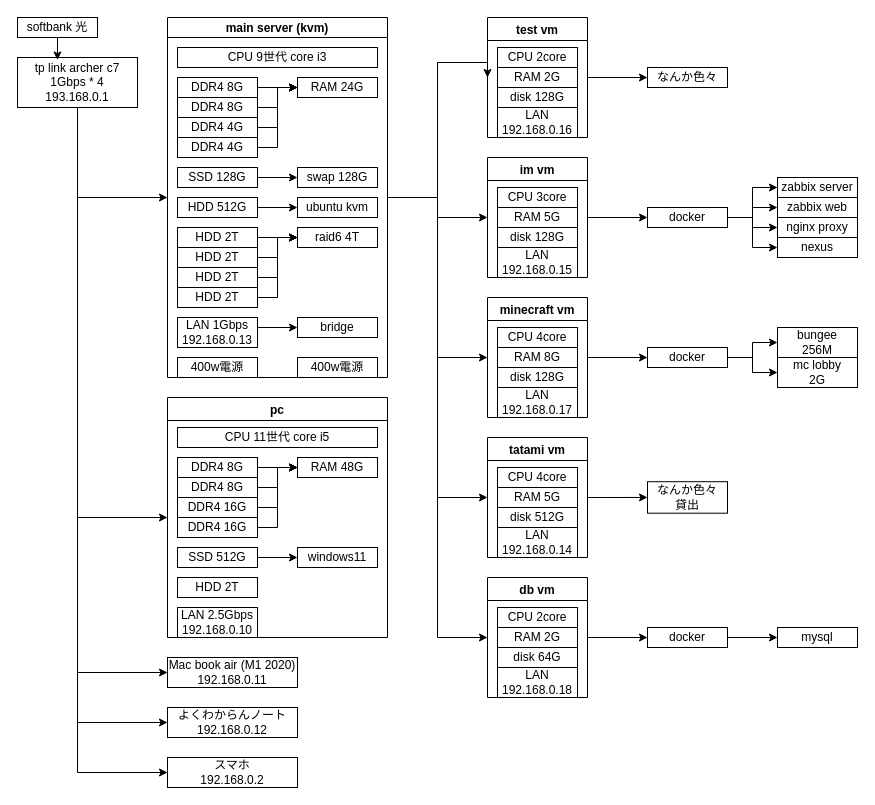
This is config.dio from kigawa01/kigawa01, a draw.io file, before an edit. Source tidied: cells renumbered, new cells numbered last; positions are measured from the earlier drawing's top-left corner, leaving out a move shared by most shapes. Both pictures are drawn from the tidied source at 100%, with x=0, y=0 at pixel (17, 17).
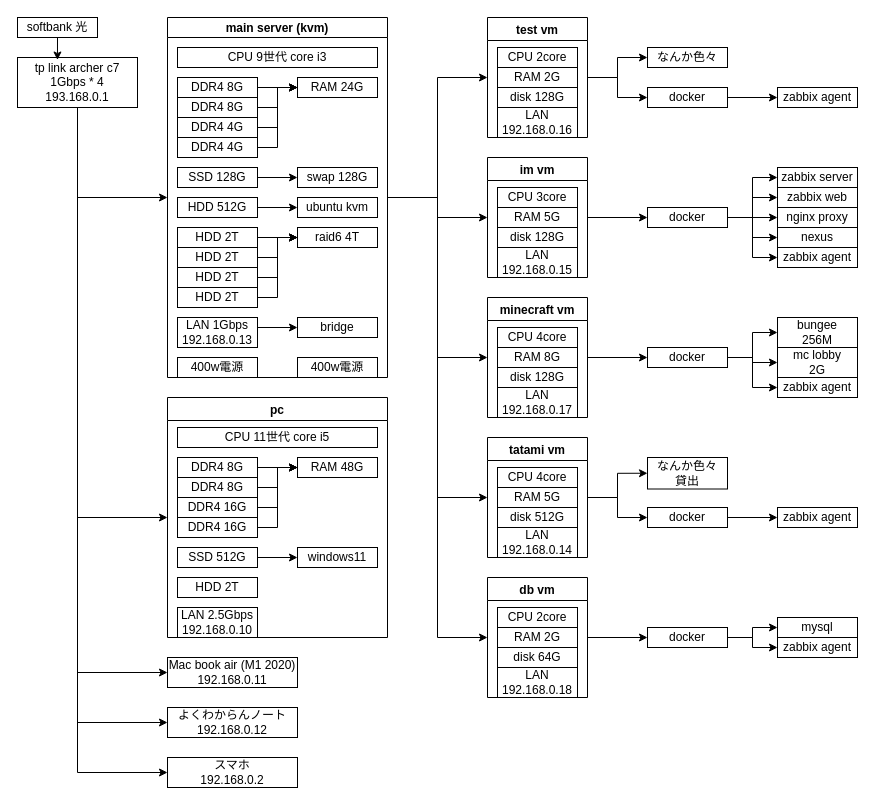
The same page after the edit.

The change refers to these unchanged cells:
```xml
<mxCell id="7" value="main server (kvm)" style="swimlane;startSize=20;" parent="1" vertex="1">
  <mxGeometry x="150" width="220" height="360" as="geometry" />
</mxCell>
<mxCell id="63" value="test vm" style="swimlane;" parent="1" vertex="1">
  <mxGeometry x="470" width="100" height="120" as="geometry" />
</mxCell>
<mxCell id="81" value="tatami vm" style="swimlane;startSize=23;" parent="1" vertex="1">
  <mxGeometry x="470" y="420" width="100" height="120" as="geometry" />
</mxCell>
<mxCell id="102" value="docker" style="rounded=0;whiteSpace=wrap;html=1;" parent="1" vertex="1">
  <mxGeometry x="630" y="190" width="80" height="20" as="geometry" />
</mxCell>
<mxCell id="105" value="docker" style="rounded=0;whiteSpace=wrap;html=1;" parent="1" vertex="1">
  <mxGeometry x="630" y="330" width="80" height="20" as="geometry" />
</mxCell>
<mxCell id="109" value="docker" style="rounded=0;whiteSpace=wrap;html=1;" parent="1" vertex="1">
  <mxGeometry x="630" y="610" width="80" height="20" as="geometry" />
</mxCell>
```

Diff of the diagram source:
```diff
@@
     <mxCell id="2" style="edgeStyle=orthogonalEdgeStyle;rounded=0;html=1;exitX=1;exitY=0.5;exitDx=0;exitDy=0;entryX=0;entryY=0.5;entryDx=0;entryDy=0;" parent="1" edge="1" source="7" target="63">
       <mxGeometry relative="1" as="geometry">
         <Array as="points">
           <mxPoint x="420" y="180" />
-          <mxPoint x="420" y="45" />
+          <mxPoint x="420" y="60" />
         </Array>
       </mxGeometry>
     </mxCell>
@@
+    <mxCell id="114" style="edgeStyle=orthogonalEdgeStyle;rounded=0;html=1;exitX=1;exitY=0.5;exitDx=0;exitDy=0;entryX=0;entryY=0.5;entryDx=0;entryDy=0;" parent="1" edge="1" source="63" target="121">
+      <mxGeometry relative="1" as="geometry" />
+    </mxCell>
@@
+    <mxCell id="115" style="edgeStyle=orthogonalEdgeStyle;rounded=0;html=1;exitX=1;exitY=0.5;exitDx=0;exitDy=0;entryX=0;entryY=0.5;entryDx=0;entryDy=0;" parent="1" edge="1" source="81" target="127">
+      <mxGeometry relative="1" as="geometry" />
+    </mxCell>
@@
     <mxCell id="92" value="なんか色々" style="rounded=0;whiteSpace=wrap;html=1;" parent="1" vertex="1">
-      <mxGeometry x="630" y="50" width="80" height="20" as="geometry" />
+      <mxGeometry x="630" y="30" width="80" height="20" as="geometry" />
     </mxCell>
     <mxCell id="93" value="zabbix server" style="rounded=0;whiteSpace=wrap;html=1;" parent="1" vertex="1">
-      <mxGeometry x="760" y="160" width="80" height="20" as="geometry" />
+      <mxGeometry x="760" y="150" width="80" height="20" as="geometry" />
     </mxCell>
     <mxCell id="94" value="zabbix web" style="rounded=0;whiteSpace=wrap;html=1;" parent="1" vertex="1">
-      <mxGeometry x="760" y="180" width="80" height="20" as="geometry" />
+      <mxGeometry x="760" y="170" width="80" height="20" as="geometry" />
     </mxCell>
     <mxCell id="95" value="nginx proxy" style="rounded=0;whiteSpace=wrap;html=1;" parent="1" vertex="1">
-      <mxGeometry x="760" y="200" width="80" height="20" as="geometry" />
+      <mxGeometry x="760" y="190" width="80" height="20" as="geometry" />
     </mxCell>
     <mxCell id="96" value="nexus" style="rounded=0;whiteSpace=wrap;html=1;" parent="1" vertex="1">
-      <mxGeometry x="760" y="220" width="80" height="20" as="geometry" />
+      <mxGeometry x="760" y="210" width="80" height="20" as="geometry" />
     </mxCell>
     <mxCell id="97" value="bungee&lt;br&gt;256M" style="rounded=0;whiteSpace=wrap;html=1;" parent="1" vertex="1">
-      <mxGeometry x="760" y="310" width="80" height="30" as="geometry" />
+      <mxGeometry x="760" y="300" width="80" height="30" as="geometry" />
     </mxCell>
@@
+    <mxCell id="116" style="edgeStyle=orthogonalEdgeStyle;rounded=0;html=1;exitX=1;exitY=0.5;exitDx=0;exitDy=0;entryX=0;entryY=0.5;entryDx=0;entryDy=0;" parent="1" edge="1" source="102" target="122">
+      <mxGeometry relative="1" as="geometry" />
+    </mxCell>
@@
+    <mxCell id="117" style="edgeStyle=orthogonalEdgeStyle;rounded=0;html=1;exitX=1;exitY=0.5;exitDx=0;exitDy=0;entryX=0;entryY=0.5;entryDx=0;entryDy=0;" parent="1" edge="1" source="105" target="123">
+      <mxGeometry relative="1" as="geometry" />
+    </mxCell>
@@
     <mxCell id="106" value="mc lobby&lt;br&gt;2G" style="rounded=0;whiteSpace=wrap;html=1;" parent="1" vertex="1">
-      <mxGeometry x="760" y="340" width="80" height="30" as="geometry" />
+      <mxGeometry x="760" y="330" width="80" height="30" as="geometry" />
     </mxCell>
     <mxCell id="107" value="なんか色々&lt;br&gt;貸出" style="rounded=0;whiteSpace=wrap;html=1;" parent="1" vertex="1">
-      <mxGeometry x="630" y="464.2" width="80" height="31.5" as="geometry" />
+      <mxGeometry x="630" y="440" width="80" height="31.5" as="geometry" />
     </mxCell>
@@
+    <mxCell id="118" style="edgeStyle=orthogonalEdgeStyle;rounded=0;html=1;exitX=1;exitY=0.5;exitDx=0;exitDy=0;entryX=0;entryY=0.5;entryDx=0;entryDy=0;" parent="1" edge="1" source="109" target="125">
+      <mxGeometry relative="1" as="geometry" />
+    </mxCell>
@@
     <mxCell id="110" value="mysql" style="rounded=0;whiteSpace=wrap;html=1;" parent="1" vertex="1">
-      <mxGeometry x="760" y="610" width="80" height="20" as="geometry" />
+      <mxGeometry x="760" y="600" width="80" height="20" as="geometry" />
     </mxCell>
@@
+    <mxCell id="119" value="zabbix agent" style="rounded=0;whiteSpace=wrap;html=1;" parent="1" vertex="1">
+      <mxGeometry x="760" y="70" width="80" height="20" as="geometry" />
+    </mxCell>
+    <mxCell id="120" style="edgeStyle=orthogonalEdgeStyle;rounded=0;html=1;exitX=1;exitY=0.5;exitDx=0;exitDy=0;entryX=0;entryY=0.5;entryDx=0;entryDy=0;" parent="1" edge="1" source="121" target="119">
+      <mxGeometry relative="1" as="geometry" />
+    </mxCell>
+    <mxCell id="121" value="docker" style="rounded=0;whiteSpace=wrap;html=1;" parent="1" vertex="1">
+      <mxGeometry x="630" y="70" width="80" height="20" as="geometry" />
+    </mxCell>
+    <mxCell id="122" value="zabbix agent" style="rounded=0;whiteSpace=wrap;html=1;" parent="1" vertex="1">
+      <mxGeometry x="760" y="230" width="80" height="20" as="geometry" />
+    </mxCell>
+    <mxCell id="123" value="zabbix agent" style="rounded=0;whiteSpace=wrap;html=1;" parent="1" vertex="1">
+      <mxGeometry x="760" y="360" width="80" height="20" as="geometry" />
+    </mxCell>
+    <mxCell id="124" value="zabbix agent" style="rounded=0;whiteSpace=wrap;html=1;" parent="1" vertex="1">
+      <mxGeometry x="760" y="490" width="80" height="20" as="geometry" />
+    </mxCell>
+    <mxCell id="125" value="zabbix agent" style="rounded=0;whiteSpace=wrap;html=1;" parent="1" vertex="1">
+      <mxGeometry x="760" y="620" width="80" height="20" as="geometry" />
+    </mxCell>
+    <mxCell id="126" style="edgeStyle=orthogonalEdgeStyle;rounded=0;html=1;exitX=1;exitY=0.5;exitDx=0;exitDy=0;entryX=0;entryY=0.5;entryDx=0;entryDy=0;" parent="1" edge="1" source="127" target="124">
+      <mxGeometry relative="1" as="geometry" />
+    </mxCell>
+    <mxCell id="127" value="docker" style="rounded=0;whiteSpace=wrap;html=1;" parent="1" vertex="1">
+      <mxGeometry x="630" y="490" width="80" height="20" as="geometry" />
+    </mxCell>
```
